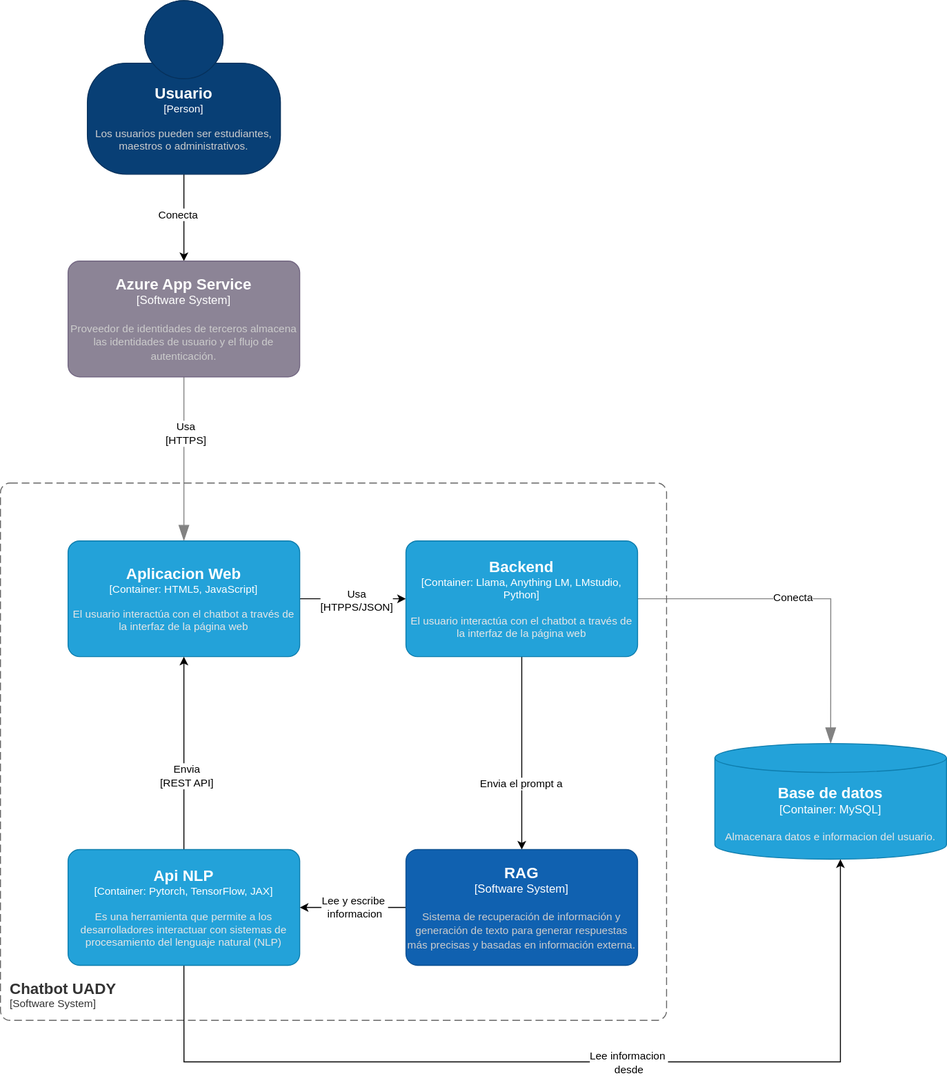
Earlier version of the draw.io export c2.drawio.svg (diego-islas8/Proyecto-FIS). Source tidied: cells renumbered, new cells last; positions are measured from the earlier drawing's top-left corner, leaving out a move shared by most shapes. Source of this version:
```xml
<mxGraphModel>
  <root>
    <mxCell id="0" />
    <mxCell id="1" parent="0" />
    <mxCell id="2" style="edgeStyle=orthogonalEdgeStyle;rounded=0;jettySize=auto;html=1;entryX=0.5;entryY=0;entryDx=0;entryDy=0;entryPerimeter=0;" parent="1" edge="1" source="4" target="18">
      <mxGeometry relative="1" as="geometry" />
    </mxCell>
    <mxCell id="3" value="Conecta" style="edgeLabel;html=1;align=center;verticalAlign=middle;" parent="2" vertex="1">
      <mxGeometry x="-0.24" y="-7" relative="1" as="geometry">
        <mxPoint y="7" as="offset" />
      </mxGeometry>
    </mxCell>
    <object id="4" label="&lt;font style=&quot;font-size: 16px&quot;&gt;&lt;b&gt;%c4Name%&lt;/b&gt;&lt;/font&gt;&lt;div&gt;[%c4Type%]&lt;/div&gt;&lt;br&gt;&lt;div&gt;&lt;font style=&quot;font-size: 11px&quot;&gt;&lt;font color=&quot;#cccccc&quot;&gt;%c4Description%&lt;/font&gt;&lt;/div&gt;" c4Description="Los usuarios pueden ser estudiantes, maestros o administrativos." c4Name="Usuario" c4Type="Person" placeholders="1">
      <mxCell style="html=1;fontSize=11;dashed=0;whiteSpace=wrap;fillColor=#083F75;strokeColor=#06315C;fontColor=#ffffff;shape=mxgraph.c4.person2;align=center;points=[[0.5,0,0],[1,0.5,0],[1,0.75,0],[0.75,1,0],[0.5,1,0],[0.25,1,0],[0,0.75,0],[0,0.5,0]];" parent="1" vertex="1">
        <mxGeometry x="90" width="200" height="180" as="geometry" />
      </mxCell>
    </object>
    <object id="5" label="" c4Type="Relationship" placeholders="1">
      <mxCell style="endArrow=blockThin;html=1;fontSize=10;fontColor=#404040;strokeWidth=1;endFill=1;strokeColor=#828282;elbow=vertical;endSize=14;startSize=14;jumpStyle=arc;jumpSize=16;rounded=0;edgeStyle=orthogonalEdgeStyle;exitX=1;exitY=0.5;exitDx=0;exitDy=0;exitPerimeter=0;entryX=0.5;entryY=0;entryDx=0;entryDy=0;entryPerimeter=0;" parent="1" edge="1" source="15" target="25">
        <mxGeometry relative="1" as="geometry">
          <Array as="points">
            <mxPoint x="860" y="620" />
          </Array>
        </mxGeometry>
      </mxCell>
    </object>
    <mxCell id="6" value="Conecta" style="edgeLabel;html=1;align=center;verticalAlign=middle;" parent="5" vertex="1">
      <mxGeometry x="-0.08" y="2" relative="1" as="geometry" />
    </mxCell>
    <object id="7" label="" c4Type="Relationship" placeholders="1">
      <mxCell style="endArrow=blockThin;html=1;fontSize=10;fontColor=#404040;strokeWidth=1;endFill=1;strokeColor=#828282;elbow=vertical;endSize=14;startSize=14;jumpStyle=arc;jumpSize=16;rounded=0;edgeStyle=orthogonalEdgeStyle;exitX=0.5;exitY=1;exitDx=0;exitDy=0;exitPerimeter=0;entryX=0.5;entryY=0;entryDx=0;entryDy=0;entryPerimeter=0;" parent="1" edge="1" source="18" target="12">
        <mxGeometry relative="1" as="geometry" />
      </mxCell>
    </object>
    <mxCell id="8" value="Usa&lt;br&gt;[HTTPS]" style="edgeLabel;html=1;align=center;verticalAlign=middle;" parent="7" vertex="1">
      <mxGeometry x="-0.31" y="1" relative="1" as="geometry" />
    </mxCell>
    <object id="9" label="&lt;font style=&quot;font-size: 16px&quot;&gt;&lt;b&gt;&lt;div style=&quot;text-align: left&quot;&gt;%c4Name%&lt;/div&gt;&lt;/b&gt;&lt;/font&gt;&lt;div style=&quot;text-align: left&quot;&gt;[%c4Application%]&lt;/div&gt;" c4Application="Software System" c4Name="Chatbot UADY" c4Type="SystemScopeBoundary" placeholders="1">
      <mxCell style="rounded=1;fontSize=11;whiteSpace=wrap;html=1;dashed=1;arcSize=20;fillColor=none;strokeColor=#666666;fontColor=#333333;labelBackgroundColor=none;align=left;verticalAlign=bottom;labelBorderColor=none;spacingTop=0;spacing=10;dashPattern=8 4;perimeter=rectanglePerimeter;noLabel=0;labelPadding=0;absoluteArcSize=1;" parent="1" vertex="1">
        <mxGeometry y="500" width="690" height="557" as="geometry" />
      </mxCell>
    </object>
    <mxCell id="10" style="edgeStyle=orthogonalEdgeStyle;rounded=0;jettySize=auto;html=1;entryX=0;entryY=0.5;entryDx=0;entryDy=0;entryPerimeter=0;" parent="1" edge="1" source="12" target="15">
      <mxGeometry relative="1" as="geometry" />
    </mxCell>
    <mxCell id="11" value="Usa&lt;div&gt;[HTPPS/JSON]&lt;/div&gt;" style="edgeLabel;html=1;align=center;verticalAlign=middle;" parent="10" vertex="1">
      <mxGeometry x="0.05" y="-1" relative="1" as="geometry" />
    </mxCell>
    <object id="12" label="&lt;font style=&quot;font-size: 16px&quot;&gt;&lt;b&gt;%c4Name%&lt;/b&gt;&lt;/font&gt;&lt;div&gt;[%c4Type%: %c4Technology%]&lt;/div&gt;&lt;br&gt;&lt;div&gt;&lt;font style=&quot;font-size: 11px&quot;&gt;&lt;font color=&quot;#E6E6E6&quot;&gt;%c4Description%&lt;/font&gt;&lt;/div&gt;" c4Description="El usuario interactúa con el chatbot a través de la interfaz de la página web" c4Name="Aplicacion Web" c4Technology="HTML5, JavaScript" c4Type="Container" placeholders="1">
      <mxCell style="rounded=1;whiteSpace=wrap;html=1;fontSize=11;labelBackgroundColor=none;fillColor=#23A2D9;fontColor=#ffffff;align=center;arcSize=10;strokeColor=#0E7DAD;points=[[0.25,0,0],[0.5,0,0],[0.75,0,0],[1,0.25,0],[1,0.5,0],[1,0.75,0],[0.75,1,0],[0.5,1,0],[0.25,1,0],[0,0.75,0],[0,0.5,0],[0,0.25,0]];" parent="1" vertex="1">
        <mxGeometry x="70" y="560" width="240" height="120" as="geometry" />
      </mxCell>
    </object>
    <mxCell id="13" style="edgeStyle=orthogonalEdgeStyle;rounded=0;jettySize=auto;html=1;" parent="1" edge="1" source="15" target="24">
      <mxGeometry relative="1" as="geometry" />
    </mxCell>
    <mxCell id="14" value="Envia el prompt a&amp;nbsp;" style="edgeLabel;html=1;align=center;verticalAlign=middle;" parent="13" vertex="1">
      <mxGeometry x="0.3" relative="1" as="geometry" />
    </mxCell>
    <object id="15" label="&lt;font style=&quot;font-size: 16px&quot;&gt;&lt;b&gt;%c4Name%&lt;/b&gt;&lt;/font&gt;&lt;div&gt;[%c4Type%: %c4Technology%]&lt;/div&gt;&lt;br&gt;&lt;div&gt;&lt;font style=&quot;font-size: 11px&quot;&gt;&lt;font color=&quot;#E6E6E6&quot;&gt;%c4Description%&lt;/font&gt;&lt;/div&gt;" c4Description="El usuario interactúa con el chatbot a través de la interfaz de la página web" c4Name="Backend" c4Technology="Llama, Anything LM, LMstudio, Python" c4Type="Container" placeholders="1">
      <mxCell style="rounded=1;whiteSpace=wrap;html=1;fontSize=11;labelBackgroundColor=none;fillColor=#23A2D9;fontColor=#ffffff;align=center;arcSize=10;strokeColor=#0E7DAD;points=[[0.25,0,0],[0.5,0,0],[0.75,0,0],[1,0.25,0],[1,0.5,0],[1,0.75,0],[0.75,1,0],[0.5,1,0],[0.25,1,0],[0,0.75,0],[0,0.5,0],[0,0.25,0]];" parent="1" vertex="1">
        <mxGeometry x="420" y="560" width="240" height="120" as="geometry" />
      </mxCell>
    </object>
    <mxCell id="16" style="edgeStyle=orthogonalEdgeStyle;rounded=0;jettySize=auto;html=1;exitX=0.5;exitY=0;exitDx=0;exitDy=0;exitPerimeter=0;entryX=0.5;entryY=1;entryDx=0;entryDy=0;entryPerimeter=0;" parent="1" edge="1" source="21" target="12">
      <mxGeometry relative="1" as="geometry" />
    </mxCell>
    <mxCell id="17" value="Envia&lt;div&gt;[REST API]&lt;/div&gt;" style="edgeLabel;html=1;align=center;verticalAlign=middle;" parent="16" vertex="1">
      <mxGeometry x="-0.24" y="-2" relative="1" as="geometry" />
    </mxCell>
    <object id="18" label="&lt;font style=&quot;font-size: 16px&quot;&gt;&lt;b&gt;%c4Name%&lt;/b&gt;&lt;/font&gt;&lt;div&gt;[%c4Type%]&lt;/div&gt;&lt;br&gt;&lt;div&gt;&lt;font style=&quot;font-size: 11px&quot;&gt;&lt;font color=&quot;#cccccc&quot;&gt;%c4Description%&lt;/font&gt;&lt;/div&gt;" c4Description="Proveedor de identidades de terceros almacena las identidades de usuario y el flujo de autenticación." c4Name="Azure App Service" c4Type="Software System" placeholders="1">
      <mxCell style="rounded=1;whiteSpace=wrap;html=1;labelBackgroundColor=none;fillColor=#8C8496;fontColor=#ffffff;align=center;arcSize=10;strokeColor=#736782;points=[[0.25,0,0],[0.5,0,0],[0.75,0,0],[1,0.25,0],[1,0.5,0],[1,0.75,0],[0.75,1,0],[0.5,1,0],[0.25,1,0],[0,0.75,0],[0,0.5,0],[0,0.25,0]];" parent="1" vertex="1">
        <mxGeometry x="70" y="270" width="240" height="120" as="geometry" />
      </mxCell>
    </object>
    <mxCell id="19" style="edgeStyle=orthogonalEdgeStyle;rounded=0;jettySize=auto;html=1;exitX=0.5;exitY=1;exitDx=0;exitDy=0;exitPerimeter=0;" parent="1" edge="1" source="21" target="25">
      <mxGeometry relative="1" as="geometry">
        <Array as="points">
          <mxPoint x="190" y="1100" />
          <mxPoint x="870" y="1100" />
        </Array>
      </mxGeometry>
    </mxCell>
    <mxCell id="20" value="Lee informacion&amp;nbsp;&lt;div&gt;desde&lt;/div&gt;" style="edgeLabel;html=1;align=center;verticalAlign=middle;" parent="19" vertex="1">
      <mxGeometry x="-0.26" relative="1" as="geometry">
        <mxPoint x="196" as="offset" />
      </mxGeometry>
    </mxCell>
    <object id="21" label="&lt;font style=&quot;font-size: 16px&quot;&gt;&lt;b&gt;%c4Name%&lt;/b&gt;&lt;/font&gt;&lt;div&gt;[%c4Type%: %c4Technology%]&lt;/div&gt;&lt;br&gt;&lt;div&gt;&lt;font style=&quot;font-size: 11px&quot;&gt;&lt;font color=&quot;#E6E6E6&quot;&gt;%c4Description%&lt;/font&gt;&lt;/div&gt;" c4Description="Es una herramienta que permite a los desarrolladores interactuar con sistemas de procesamiento del lenguaje natural (NLP)" c4Name="Api NLP" c4Technology="Pytorch, TensorFlow, JAX" c4Type="Container" placeholders="1">
      <mxCell style="rounded=1;whiteSpace=wrap;html=1;fontSize=11;labelBackgroundColor=none;fillColor=#23A2D9;fontColor=#ffffff;align=center;arcSize=10;strokeColor=#0E7DAD;points=[[0.25,0,0],[0.5,0,0],[0.75,0,0],[1,0.25,0],[1,0.5,0],[1,0.75,0],[0.75,1,0],[0.5,1,0],[0.25,1,0],[0,0.75,0],[0,0.5,0],[0,0.25,0]];" parent="1" vertex="1">
        <mxGeometry x="70" y="880" width="240" height="120" as="geometry" />
      </mxCell>
    </object>
    <mxCell id="22" style="edgeStyle=orthogonalEdgeStyle;rounded=0;jettySize=auto;html=1;" parent="1" edge="1" source="24" target="21">
      <mxGeometry relative="1" as="geometry" />
    </mxCell>
    <mxCell id="23" value="Lee y escribe&amp;nbsp;&lt;div&gt;informacion&lt;/div&gt;" style="edgeLabel;html=1;align=center;verticalAlign=middle;" parent="22" vertex="1">
      <mxGeometry x="-0.02" y="-1" relative="1" as="geometry" />
    </mxCell>
    <object id="24" label="&lt;font style=&quot;font-size: 16px&quot;&gt;&lt;b&gt;%c4Name%&lt;/b&gt;&lt;/font&gt;&lt;div&gt;[%c4Type%]&lt;/div&gt;&lt;br&gt;&lt;div&gt;&lt;font style=&quot;font-size: 11px&quot;&gt;&lt;font color=&quot;#cccccc&quot;&gt;%c4Description%&lt;/font&gt;&lt;/div&gt;" c4Description="Sistema de recuperación de información y generación de texto para generar respuestas más precisas y basadas en información externa." c4Name="RAG" c4Type="Software System" placeholders="1">
      <mxCell style="rounded=1;whiteSpace=wrap;html=1;labelBackgroundColor=none;fillColor=#1061B0;fontColor=#ffffff;align=center;arcSize=10;strokeColor=#0D5091;points=[[0.25,0,0],[0.5,0,0],[0.75,0,0],[1,0.25,0],[1,0.5,0],[1,0.75,0],[0.75,1,0],[0.5,1,0],[0.25,1,0],[0,0.75,0],[0,0.5,0],[0,0.25,0]];" parent="1" vertex="1">
        <mxGeometry x="420" y="880" width="240" height="120" as="geometry" />
      </mxCell>
    </object>
    <object id="25" label="&lt;font style=&quot;font-size: 16px&quot;&gt;&lt;b&gt;%c4Name%&lt;/b&gt;&lt;/font&gt;&lt;div&gt;[%c4Type%:&amp;nbsp;%c4Technology%]&lt;/div&gt;&lt;br&gt;&lt;div&gt;&lt;font style=&quot;font-size: 11px&quot;&gt;&lt;font color=&quot;#E6E6E6&quot;&gt;%c4Description%&lt;/font&gt;&lt;/div&gt;" c4Description="Almacenara datos e informacion del usuario." c4Name="Base de datos" c4Technology="MySQL" c4Type="Container" placeholders="1">
      <mxCell style="shape=cylinder3;size=15;whiteSpace=wrap;html=1;boundedLbl=1;rounded=0;labelBackgroundColor=none;fillColor=#23A2D9;fontSize=12;fontColor=#ffffff;align=center;strokeColor=#0E7DAD;points=[[0.5,0,0],[1,0.25,0],[1,0.5,0],[1,0.75,0],[0.5,1,0],[0,0.75,0],[0,0.5,0],[0,0.25,0]];" parent="1" vertex="1">
        <mxGeometry x="740" y="770" width="240" height="120" as="geometry" />
      </mxCell>
    </object>
  </root>
</mxGraphModel>
```
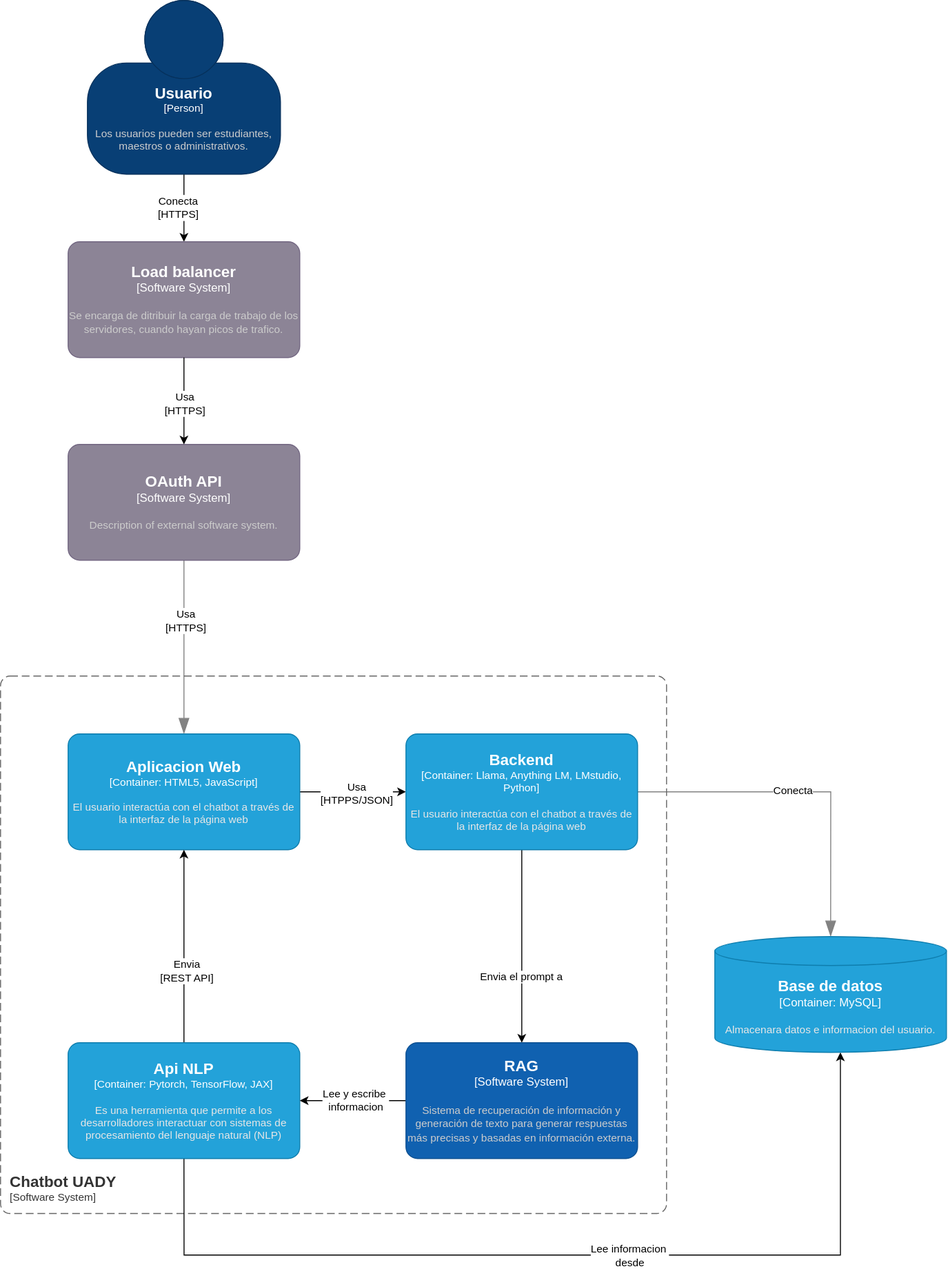
After the change.

The edit, as a diff of the source:
```diff
@@ -2,17 +2,17 @@
   <root>
     <mxCell id="0" />
     <mxCell id="1" parent="0" />
-    <mxCell id="2" style="edgeStyle=orthogonalEdgeStyle;rounded=0;jettySize=auto;html=1;entryX=0.5;entryY=0;entryDx=0;entryDy=0;entryPerimeter=0;" parent="1" edge="1" source="4" target="18">
+    <mxCell id="2" style="edgeStyle=orthogonalEdgeStyle;rounded=0;jettySize=auto;html=1;entryX=0.5;entryY=0;entryDx=0;entryDy=0;entryPerimeter=0;" parent="1" edge="1" source="4" target="26">
       <mxGeometry relative="1" as="geometry" />
     </mxCell>
-    <mxCell id="3" value="Conecta" style="edgeLabel;html=1;align=center;verticalAlign=middle;" parent="2" vertex="1">
+    <mxCell id="3" value="Conecta&lt;div&gt;[HTTPS]&lt;/div&gt;" style="edgeLabel;html=1;align=center;verticalAlign=middle;" parent="2" vertex="1">
       <mxGeometry x="-0.24" y="-7" relative="1" as="geometry">
         <mxPoint y="7" as="offset" />
       </mxGeometry>
     </mxCell>
     <object id="4" label="&lt;font style=&quot;font-size: 16px&quot;&gt;&lt;b&gt;%c4Name%&lt;/b&gt;&lt;/font&gt;&lt;div&gt;[%c4Type%]&lt;/div&gt;&lt;br&gt;&lt;div&gt;&lt;font style=&quot;font-size: 11px&quot;&gt;&lt;font color=&quot;#cccccc&quot;&gt;%c4Description%&lt;/font&gt;&lt;/div&gt;" c4Description="Los usuarios pueden ser estudiantes, maestros o administrativos." c4Name="Usuario" c4Type="Person" placeholders="1">
       <mxCell style="html=1;fontSize=11;dashed=0;whiteSpace=wrap;fillColor=#083F75;strokeColor=#06315C;fontColor=#ffffff;shape=mxgraph.c4.person2;align=center;points=[[0.5,0,0],[1,0.5,0],[1,0.75,0],[0.75,1,0],[0.5,1,0],[0.25,1,0],[0,0.75,0],[0,0.5,0]];" parent="1" vertex="1">
-        <mxGeometry x="90" width="200" height="180" as="geometry" />
+        <mxGeometry x="90" y="-200" width="200" height="180" as="geometry" />
       </mxCell>
     </object>
     <object id="5" label="" c4Type="Relationship" placeholders="1">
@@ -28,7 +28,7 @@
       <mxGeometry x="-0.08" y="2" relative="1" as="geometry" />
     </mxCell>
     <object id="7" label="" c4Type="Relationship" placeholders="1">
-      <mxCell style="endArrow=blockThin;html=1;fontSize=10;fontColor=#404040;strokeWidth=1;endFill=1;strokeColor=#828282;elbow=vertical;endSize=14;startSize=14;jumpStyle=arc;jumpSize=16;rounded=0;edgeStyle=orthogonalEdgeStyle;exitX=0.5;exitY=1;exitDx=0;exitDy=0;exitPerimeter=0;entryX=0.5;entryY=0;entryDx=0;entryDy=0;entryPerimeter=0;" parent="1" edge="1" source="18" target="12">
+      <mxCell style="endArrow=blockThin;html=1;fontSize=10;fontColor=#404040;strokeWidth=1;endFill=1;strokeColor=#828282;elbow=vertical;endSize=14;startSize=14;jumpStyle=arc;jumpSize=16;rounded=0;edgeStyle=orthogonalEdgeStyle;exitX=0.5;exitY=1;exitDx=0;exitDy=0;exitPerimeter=0;entryX=0.5;entryY=0;entryDx=0;entryDy=0;entryPerimeter=0;" parent="1" edge="1" source="27" target="12">
         <mxGeometry relative="1" as="geometry" />
       </mxCell>
     </object>
@@ -68,11 +68,6 @@
     <mxCell id="17" value="Envia&lt;div&gt;[REST API]&lt;/div&gt;" style="edgeLabel;html=1;align=center;verticalAlign=middle;" parent="16" vertex="1">
       <mxGeometry x="-0.24" y="-2" relative="1" as="geometry" />
     </mxCell>
-    <object id="18" label="&lt;font style=&quot;font-size: 16px&quot;&gt;&lt;b&gt;%c4Name%&lt;/b&gt;&lt;/font&gt;&lt;div&gt;[%c4Type%]&lt;/div&gt;&lt;br&gt;&lt;div&gt;&lt;font style=&quot;font-size: 11px&quot;&gt;&lt;font color=&quot;#cccccc&quot;&gt;%c4Description%&lt;/font&gt;&lt;/div&gt;" c4Description="Proveedor de identidades de terceros almacena las identidades de usuario y el flujo de autenticación." c4Name="Azure App Service" c4Type="Software System" placeholders="1">
-      <mxCell style="rounded=1;whiteSpace=wrap;html=1;labelBackgroundColor=none;fillColor=#8C8496;fontColor=#ffffff;align=center;arcSize=10;strokeColor=#736782;points=[[0.25,0,0],[0.5,0,0],[0.75,0,0],[1,0.25,0],[1,0.5,0],[1,0.75,0],[0.75,1,0],[0.5,1,0],[0.25,1,0],[0,0.75,0],[0,0.5,0],[0,0.25,0]];" parent="1" vertex="1">
-        <mxGeometry x="70" y="270" width="240" height="120" as="geometry" />
-      </mxCell>
-    </object>
     <mxCell id="19" style="edgeStyle=orthogonalEdgeStyle;rounded=0;jettySize=auto;html=1;exitX=0.5;exitY=1;exitDx=0;exitDy=0;exitPerimeter=0;" parent="1" edge="1" source="21" target="25">
       <mxGeometry relative="1" as="geometry">
         <Array as="points">
@@ -107,5 +102,21 @@
         <mxGeometry x="740" y="770" width="240" height="120" as="geometry" />
       </mxCell>
     </object>
+    <object id="26" label="&lt;font style=&quot;font-size: 16px&quot;&gt;&lt;b&gt;%c4Name%&lt;/b&gt;&lt;/font&gt;&lt;div&gt;[%c4Type%]&lt;/div&gt;&lt;br&gt;&lt;div&gt;&lt;font style=&quot;font-size: 11px&quot;&gt;&lt;font color=&quot;#cccccc&quot;&gt;%c4Description%&lt;/font&gt;&lt;/div&gt;" c4Description="Se encarga de ditribuir la carga de trabajo de los servidores, cuando hayan picos de trafico." c4Name="Load balancer" c4Type="Software System" placeholders="1">
+      <mxCell style="rounded=1;whiteSpace=wrap;html=1;labelBackgroundColor=none;fillColor=#8C8496;fontColor=#ffffff;align=center;arcSize=10;strokeColor=#736782;points=[[0.25,0,0],[0.5,0,0],[0.75,0,0],[1,0.25,0],[1,0.5,0],[1,0.75,0],[0.75,1,0],[0.5,1,0],[0.25,1,0],[0,0.75,0],[0,0.5,0],[0,0.25,0]];" parent="1" vertex="1">
+        <mxGeometry x="70" y="50" width="240" height="120" as="geometry" />
+      </mxCell>
+    </object>
+    <object id="27" label="&lt;font style=&quot;font-size: 16px&quot;&gt;&lt;b&gt;%c4Name%&lt;/b&gt;&lt;/font&gt;&lt;div&gt;[%c4Type%]&lt;/div&gt;&lt;br&gt;&lt;div&gt;&lt;font style=&quot;font-size: 11px&quot;&gt;&lt;font color=&quot;#cccccc&quot;&gt;%c4Description%&lt;/font&gt;&lt;/div&gt;" c4Description="Description of external software system." c4Name="OAuth API" c4Type="Software System" placeholders="1">
+      <mxCell style="rounded=1;whiteSpace=wrap;html=1;labelBackgroundColor=none;fillColor=#8C8496;fontColor=#ffffff;align=center;arcSize=10;strokeColor=#736782;points=[[0.25,0,0],[0.5,0,0],[0.75,0,0],[1,0.25,0],[1,0.5,0],[1,0.75,0],[0.75,1,0],[0.5,1,0],[0.25,1,0],[0,0.75,0],[0,0.5,0],[0,0.25,0]];" parent="1" vertex="1">
+        <mxGeometry x="70" y="260" width="240" height="120" as="geometry" />
+      </mxCell>
+    </object>
+    <mxCell id="28" style="edgeStyle=orthogonalEdgeStyle;rounded=0;jettySize=auto;html=1;entryX=0.5;entryY=0;entryDx=0;entryDy=0;entryPerimeter=0;" parent="1" edge="1" source="26" target="27">
+      <mxGeometry relative="1" as="geometry" />
+    </mxCell>
+    <mxCell id="29" value="Usa&lt;div&gt;[HTTPS]&lt;/div&gt;" style="edgeLabel;html=1;align=center;verticalAlign=middle;" parent="28" vertex="1">
+      <mxGeometry x="0.04" relative="1" as="geometry" />
+    </mxCell>
   </root>
 </mxGraphModel>
```
